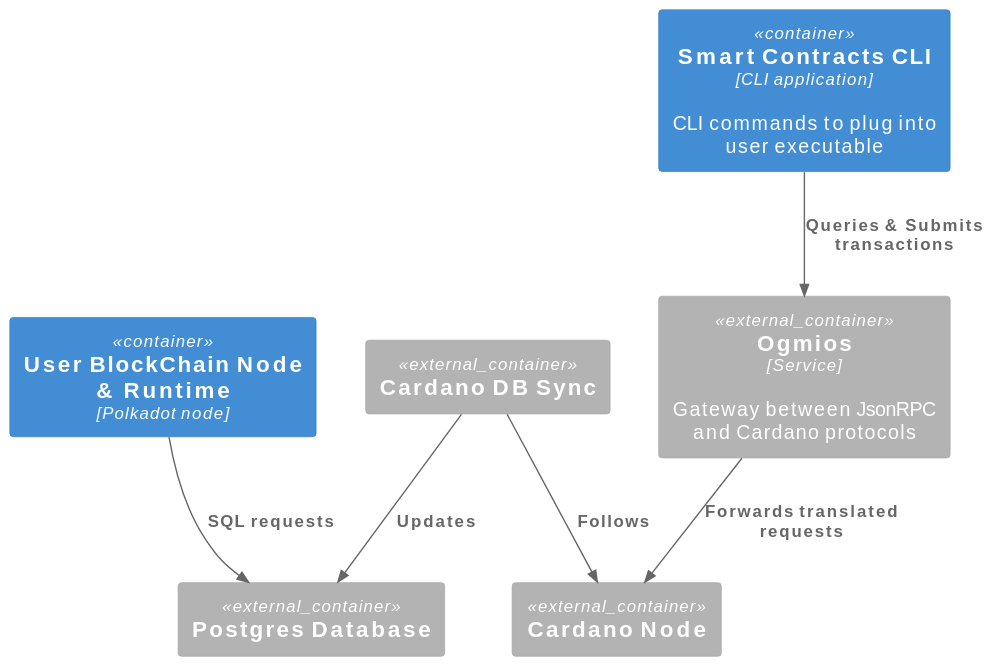
This is docs/diagrams/c4/container.svg from input-output-hk/partner-chains, a PlantUML export, as it was before one commit. The source it was exported from:
```plantuml
@startuml
!include https://raw.githubusercontent.com/plantuml-stdlib/C4-PlantUML/master/C4_Container.puml

Container(partner_chains_compatible_node, "User BlockChain Node & Runtime", "Polkadot node")
Container(smart_contracts, "Smart Contracts CLI", "CLI application", "CLI commands to plug into user executable")
Container_Ext(ogmios, "Ogmios", "Service", "Gateway between JsonRPC and Cardano protocols")
Container_Ext(postgres, "Postgres Database")
Container_Ext(cardano_db_sync, "Cardano DB Sync")
Container_Ext(cardano_node, "Cardano Node")

Rel(cardano_db_sync, postgres, "Updates")
Rel(cardano_db_sync, cardano_node, "Follows")
Rel(ogmios, cardano_node, "Forwards translated requests")
Rel(smart_contracts, ogmios, "Queries & Submits transactions")
Rel(partner_chains_compatible_node, postgres, "SQL requests")
@enduml
```
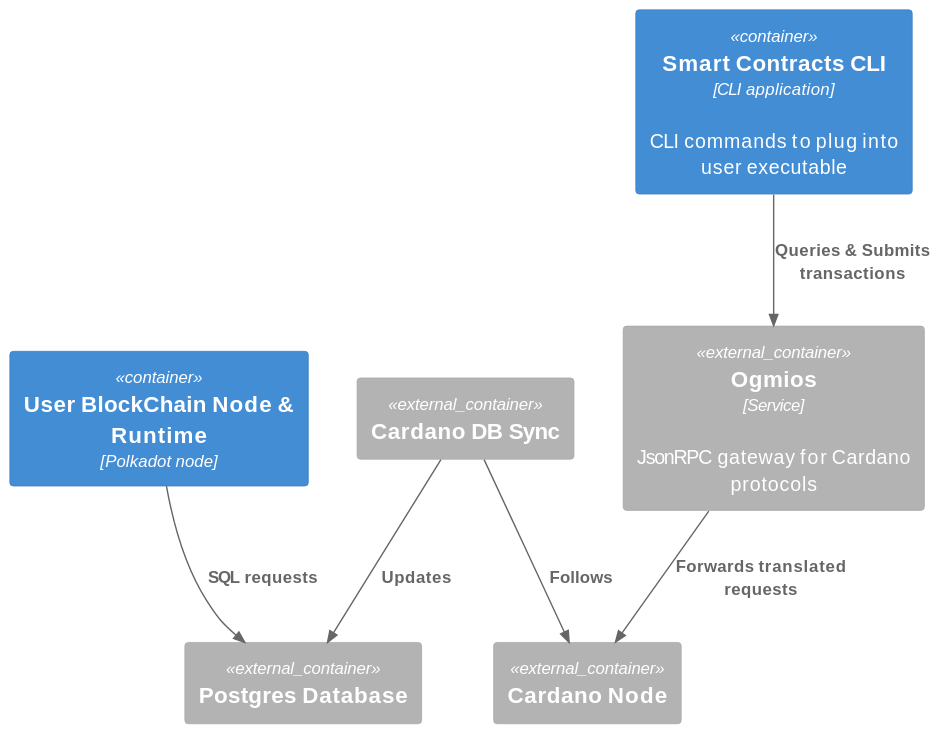
Above is the later version.

Diff of the diagram source:
```diff
@@ -3,7 +3,7 @@
 
 Container(partner_chains_compatible_node, "User BlockChain Node & Runtime", "Polkadot node")
 Container(smart_contracts, "Smart Contracts CLI", "CLI application", "CLI commands to plug into user executable")
-Container_Ext(ogmios, "Ogmios", "Service", "Gateway between JsonRPC and Cardano protocols")
+Container_Ext(ogmios, "Ogmios", "Service", "JsonRPC gateway for Cardano protocols")
 Container_Ext(postgres, "Postgres Database")
 Container_Ext(cardano_db_sync, "Cardano DB Sync")
 Container_Ext(cardano_node, "Cardano Node")
```
